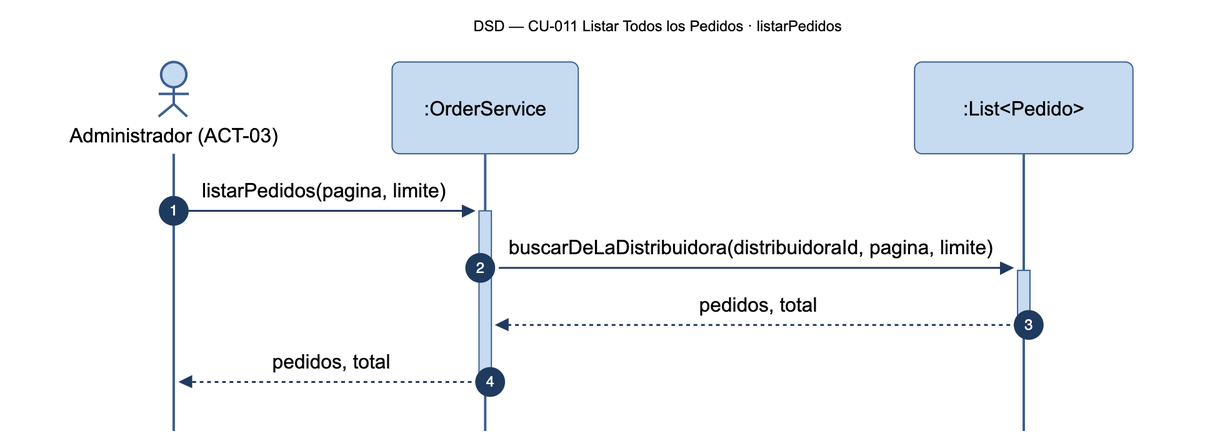
Above: diagramas/png/DSD_CU-011_listarPedidos.png in Nahuelito-Dev/splg-docs (Mermaid), before the change. Its source is kept beside it as diagramas/DSD_CU-011_listarPedidos.mmd.
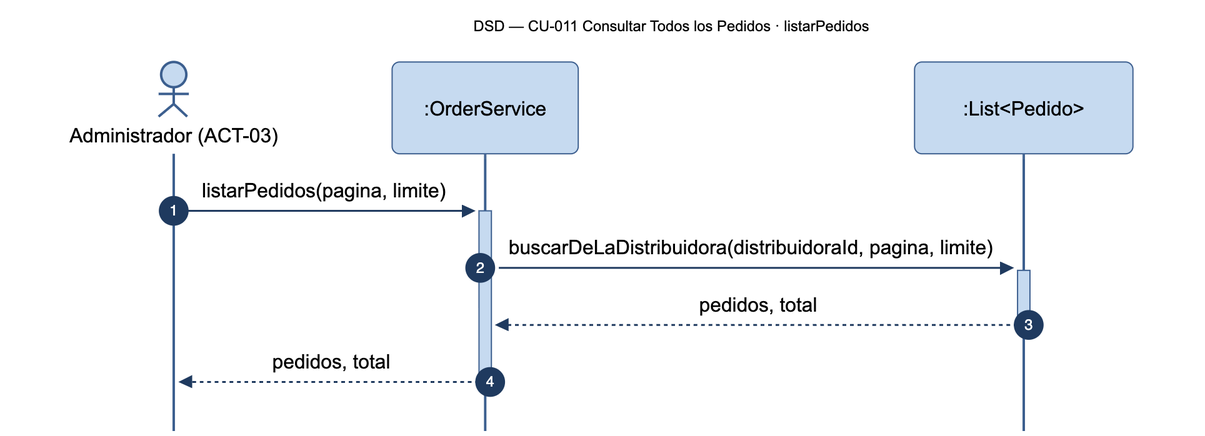
Later version of the same file.

What changed in the source:
```diff
@@ -1,5 +1,5 @@
 sequenceDiagram
-    title DSD — CU-011 Listar Todos los Pedidos · listarPedidos
+    title DSD — CU-011 Consultar Todos los Pedidos · listarPedidos
     autonumber
     actor ADM as Administrador (ACT-03)
     participant SRV as :OrderService
```
